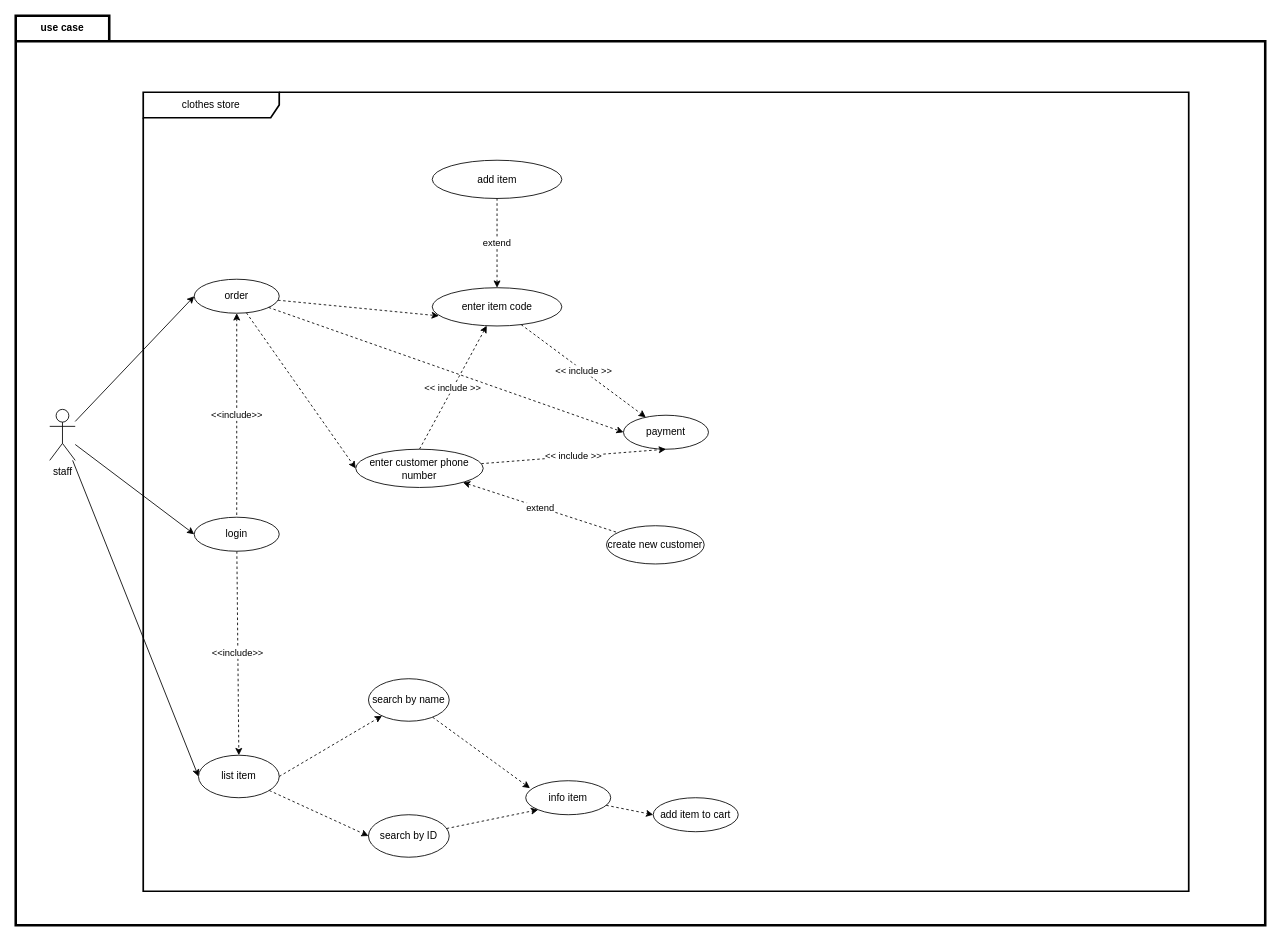
This is page "use case" (2 of 7) of diagram/diagram.drawio from CuDuyToan/S, a draw.io file, before an edit. Source tidied: cells renumbered, new cells numbered last; positions are measured from the earlier drawing's top-left corner, leaving out a move shared by most shapes. Both pictures are drawn from the tidied source at 85%, with x=0, y=0 at pixel (15, 15).
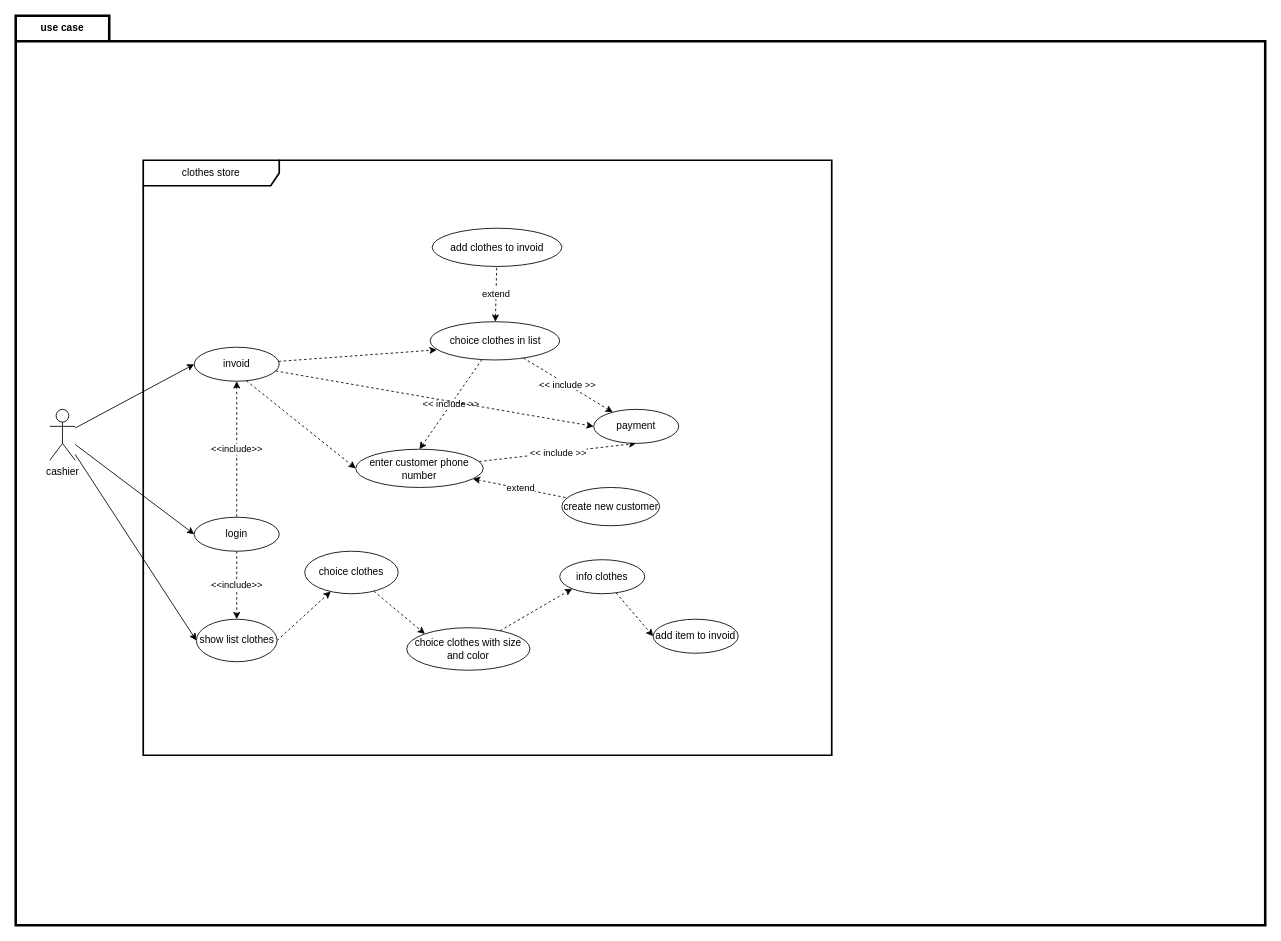
After the change.

Unchanged cells that the change refers to:
```xml
<mxCell id="2" value="use case" style="shape=folder;fontStyle=1;tabWidth=110;tabHeight=30;tabPosition=left;html=1;boundedLbl=1;labelInHeader=1;whiteSpace=wrap;fillColor=default;strokeWidth=3;" parent="1" vertex="1">
  <mxGeometry width="1470" height="1070" as="geometry" />
</mxCell>
<mxCell id="18" value="enter customer phone number" style="ellipse;html=1;whiteSpace=wrap;" parent="2" vertex="1">
  <mxGeometry x="400" y="510" width="150" height="45" as="geometry" />
</mxCell>
<mxCell id="33" value="login" style="ellipse;html=1;whiteSpace=wrap;" parent="2" vertex="1">
  <mxGeometry x="210" y="590" width="100" height="40" as="geometry" />
</mxCell>
```

What changed in the source:
```diff
@@
     <mxCell id="3" value="clothes store" style="shape=umlFrame;whiteSpace=wrap;html=1;width=160;strokeWidth=2;" parent="2" vertex="1">
-      <mxGeometry x="150" y="90" width="1230" height="940" as="geometry" />
+      <mxGeometry x="150" y="170" width="810" height="700" as="geometry" />
     </mxCell>
-    <mxCell id="4" value="search by ID" style="ellipse;html=1;whiteSpace=wrap;" parent="3" vertex="1">
-      <mxGeometry x="265" y="850" width="95" height="50" as="geometry" />
-    </mxCell>
-    <mxCell id="5" value="add item to&amp;nbsp;cart" style="ellipse;html=1;whiteSpace=wrap;" parent="3" vertex="1">
-      <mxGeometry x="600" y="830" width="100" height="40" as="geometry" />
-    </mxCell>
-    <mxCell id="6" value="enter item code" style="ellipse;html=1;whiteSpace=wrap;" parent="3" vertex="1">
-      <mxGeometry x="340" y="230" width="152.5" height="45" as="geometry" />
-    </mxCell>
-    <mxCell id="7" value="order" style="ellipse;html=1;whiteSpace=wrap;" parent="3" vertex="1">
-      <mxGeometry x="60" y="220" width="100" height="40" as="geometry" />
-    </mxCell>
-    <mxCell id="8" style="rounded=0;jettySize=auto;html=1;entryX=0.051;entryY=0.736;entryDx=0;entryDy=0;dashed=1;entryPerimeter=0;" parent="3" edge="1" source="7" target="6">
-      <mxGeometry relative="1" as="geometry" />
-    </mxCell>
-    <mxCell id="9" value="payment" style="ellipse;html=1;whiteSpace=wrap;" parent="3" vertex="1">
-      <mxGeometry x="565" y="380" width="100" height="40" as="geometry" />
-    </mxCell>
-    <mxCell id="10" value="&lt;span style=&quot;color: rgb(0, 0, 0); font-family: Helvetica; font-size: 11px; font-style: normal; font-variant-ligatures: normal; font-variant-caps: normal; font-weight: 400; letter-spacing: normal; orphans: 2; text-align: center; text-indent: 0px; text-transform: none; widows: 2; word-spacing: 0px; -webkit-text-stroke-width: 0px; background-color: rgb(255, 255, 255); text-decoration-thickness: initial; text-decoration-style: initial; text-decoration-color: initial; float: none; display: inline !important;&quot;&gt;&amp;lt;&amp;lt; include &amp;gt;&amp;gt;&lt;/span&gt;" style="rounded=0;jettySize=auto;html=1;dashed=1;" parent="3" edge="1" source="6" target="9">
-      <mxGeometry relative="1" as="geometry" />
-    </mxCell>
-    <mxCell id="11" style="rounded=0;jettySize=auto;html=1;dashed=1;entryX=0;entryY=0.5;entryDx=0;entryDy=0;" parent="3" edge="1" source="7" target="9">
-      <mxGeometry relative="1" as="geometry" />
-    </mxCell>
-    <mxCell id="12" style="rounded=0;jettySize=auto;html=1;entryX=0;entryY=0.5;entryDx=0;entryDy=0;" parent="2" edge="1" source="15" target="7">
-      <mxGeometry relative="1" as="geometry" />
-    </mxCell>
-    <mxCell id="13" style="rounded=0;jettySize=auto;html=1;entryX=0;entryY=0.5;entryDx=0;entryDy=0;" parent="2" edge="1" source="15" target="21">
-      <mxGeometry relative="1" as="geometry" />
-    </mxCell>
-    <mxCell id="14" style="rounded=0;jettySize=auto;html=1;entryX=0;entryY=0.5;entryDx=0;entryDy=0;" parent="2" edge="1" source="15" target="33">
-      <mxGeometry relative="1" as="geometry" />
-    </mxCell>
-    <mxCell id="15" value="staff" style="shape=umlActor;verticalLabelPosition=bottom;verticalAlign=top;html=1;" parent="2" vertex="1">
-      <mxGeometry x="40" y="463.1" width="30" height="60" as="geometry" />
-    </mxCell>
+    <mxCell id="35" value="invoid" style="ellipse;html=1;whiteSpace=wrap;" parent="3" vertex="1">
+      <mxGeometry x="60" y="220" width="100" height="40" as="geometry" />
+    </mxCell>
+    <mxCell id="36" value="info clothes" style="ellipse;html=1;whiteSpace=wrap;" parent="3" vertex="1">
+      <mxGeometry x="490" y="470" width="100" height="40" as="geometry" />
+    </mxCell>
+    <mxCell id="37" style="rounded=0;jettySize=auto;html=1;entryX=0;entryY=0.5;entryDx=0;entryDy=0;" parent="2" edge="1" source="40" target="35">
+      <mxGeometry relative="1" as="geometry" />
+    </mxCell>
+    <mxCell id="38" style="rounded=0;jettySize=auto;html=1;entryX=0;entryY=0.5;entryDx=0;entryDy=0;" parent="2" edge="1" source="40" target="49">
+      <mxGeometry relative="1" as="geometry" />
+    </mxCell>
+    <mxCell id="39" style="rounded=0;jettySize=auto;html=1;entryX=0;entryY=0.5;entryDx=0;entryDy=0;" parent="2" edge="1" source="40" target="33">
+      <mxGeometry relative="1" as="geometry" />
+    </mxCell>
+    <mxCell id="40" value="cashier" style="shape=umlActor;verticalLabelPosition=bottom;verticalAlign=top;html=1;" parent="2" vertex="1">
+      <mxGeometry x="40" y="463.1" width="30" height="60" as="geometry" />
+    </mxCell>
@@
-    <mxCell id="19" style="rounded=0;jettySize=auto;html=1;entryX=0;entryY=0.5;entryDx=0;entryDy=0;dashed=1;exitX=0.614;exitY=0.988;exitDx=0;exitDy=0;exitPerimeter=0;" parent="2" edge="1" source="7" target="18">
-      <mxGeometry relative="1" as="geometry" />
-    </mxCell>
-    <mxCell id="20" style="rounded=0;jettySize=auto;html=1;entryX=0;entryY=0.5;entryDx=0;entryDy=0;dashed=1;" parent="2" edge="1" source="21" target="4">
-      <mxGeometry relative="1" as="geometry" />
-    </mxCell>
-    <mxCell id="21" value="list item" style="ellipse;html=1;whiteSpace=wrap;" parent="2" vertex="1">
-      <mxGeometry x="215" y="870" width="95" height="50" as="geometry" />
-    </mxCell>
-    <mxCell id="22" style="rounded=0;jettySize=auto;html=1;dashed=1;exitX=1;exitY=0.5;exitDx=0;exitDy=0;" parent="2" edge="1" source="21" target="27">
-      <mxGeometry relative="1" as="geometry" />
-    </mxCell>
-    <mxCell id="23" value="add item" style="ellipse;html=1;whiteSpace=wrap;" parent="2" vertex="1">
-      <mxGeometry x="490" y="170" width="152.5" height="45" as="geometry" />
-    </mxCell>
-    <mxCell id="24" value="extend" style="rounded=0;jettySize=auto;html=1;dashed=1;endArrow=none;endFill=0;startArrow=classic;startFill=1;" parent="2" edge="1" source="6" target="23">
-      <mxGeometry relative="1" as="geometry" />
-    </mxCell>
+    <mxCell id="41" style="rounded=0;jettySize=auto;html=1;entryX=0;entryY=0.5;entryDx=0;entryDy=0;dashed=1;exitX=0.614;exitY=0.988;exitDx=0;exitDy=0;exitPerimeter=0;" parent="2" edge="1" source="35" target="18">
+      <mxGeometry relative="1" as="geometry" />
+    </mxCell>
+    <mxCell id="42" style="rounded=0;jettySize=auto;html=1;dashed=1;exitX=1;exitY=0.5;exitDx=0;exitDy=0;" parent="2" edge="1" source="49" target="46">
+      <mxGeometry relative="1" as="geometry" />
+    </mxCell>
+    <mxCell id="43" value="add clothes to invoid" style="ellipse;html=1;whiteSpace=wrap;" parent="2" vertex="1">
+      <mxGeometry x="490" y="250" width="152.5" height="45" as="geometry" />
+    </mxCell>
+    <mxCell id="44" value="extend" style="rounded=0;jettySize=auto;html=1;dashed=1;endArrow=none;endFill=0;startArrow=classic;startFill=1;" parent="2" edge="1" source="51" target="43">
+      <mxGeometry relative="1" as="geometry" />
+    </mxCell>
-    <mxCell id="25" value="&amp;lt;&amp;lt; include &amp;gt;&amp;gt;" style="rounded=0;jettySize=auto;html=1;entryX=0.5;entryY=0;entryDx=0;entryDy=0;startArrow=classic;startFill=1;endArrow=none;endFill=0;dashed=1;" parent="2" edge="1" source="6" target="18">
+    <mxCell id="25" value="&amp;lt;&amp;lt; include &amp;gt;&amp;gt;" style="rounded=0;jettySize=auto;html=1;entryX=0.5;entryY=0;entryDx=0;entryDy=0;startArrow=none;startFill=0;endArrow=classic;endFill=1;dashed=1;" parent="2" edge="1" source="51" target="18">
       <mxGeometry relative="1" as="geometry" />
     </mxCell>
-    <mxCell id="26" style="rounded=0;jettySize=auto;html=1;entryX=0.05;entryY=0.219;entryDx=0;entryDy=0;dashed=1;entryPerimeter=0;" parent="2" edge="1" source="27" target="28">
-      <mxGeometry relative="1" as="geometry" />
-    </mxCell>
-    <mxCell id="27" value="search by name" style="ellipse;html=1;whiteSpace=wrap;" parent="2" vertex="1">
-      <mxGeometry x="415" y="780" width="95" height="50" as="geometry" />
-    </mxCell>
-    <mxCell id="28" value="info item" style="ellipse;html=1;whiteSpace=wrap;" parent="2" vertex="1">
-      <mxGeometry x="600" y="900" width="100" height="40" as="geometry" />
-    </mxCell>
-    <mxCell id="29" style="rounded=0;jettySize=auto;html=1;entryX=0;entryY=0.5;entryDx=0;entryDy=0;dashed=1;" parent="2" edge="1" source="28" target="5">
-      <mxGeometry relative="1" as="geometry" />
-    </mxCell>
-    <mxCell id="30" style="rounded=0;jettySize=auto;html=1;entryX=0;entryY=1;entryDx=0;entryDy=0;dashed=1;" parent="2" edge="1" source="4" target="28">
-      <mxGeometry relative="1" as="geometry" />
-    </mxCell>
+    <mxCell id="45" style="rounded=0;jettySize=auto;html=1;entryX=0;entryY=0;entryDx=0;entryDy=0;dashed=1;" parent="2" edge="1" source="46" target="53">
+      <mxGeometry relative="1" as="geometry" />
+    </mxCell>
+    <mxCell id="46" value="choice clothes" style="ellipse;html=1;whiteSpace=wrap;" parent="2" vertex="1">
+      <mxGeometry x="340" y="630" width="110" height="50" as="geometry" />
+    </mxCell>
+    <mxCell id="47" style="rounded=0;jettySize=auto;html=1;entryX=0;entryY=0.5;entryDx=0;entryDy=0;dashed=1;" parent="2" edge="1" source="36" target="48">
+      <mxGeometry relative="1" as="geometry" />
+    </mxCell>
     <mxCell id="31" value="create new customer" style="ellipse;html=1;whiteSpace=wrap;" parent="2" vertex="1">
-      <mxGeometry x="695" y="600" width="115" height="45" as="geometry" />
+      <mxGeometry x="642.5" y="555" width="115" height="45" as="geometry" />
     </mxCell>
-    <mxCell id="32" value="&amp;lt;&amp;lt;include&amp;gt;&amp;gt;" style="rounded=0;jettySize=auto;html=1;entryX=0.5;entryY=0;entryDx=0;entryDy=0;dashed=1;" parent="2" edge="1" source="33" target="21">
+    <mxCell id="32" value="&amp;lt;&amp;lt;include&amp;gt;&amp;gt;" style="rounded=0;jettySize=auto;html=1;entryX=0.5;entryY=0;entryDx=0;entryDy=0;dashed=1;" parent="2" edge="1" source="33" target="49">
       <mxGeometry relative="1" as="geometry" />
     </mxCell>
@@
-    <mxCell id="34" value="&amp;lt;&amp;lt;include&amp;gt;&amp;gt;" style="rounded=0;jettySize=auto;html=1;entryX=0.5;entryY=0;entryDx=0;entryDy=0;dashed=1;endArrow=none;endFill=0;startArrow=classic;startFill=1;" parent="2" edge="1" source="7" target="33">
+    <mxCell id="34" value="&amp;lt;&amp;lt;include&amp;gt;&amp;gt;" style="rounded=0;jettySize=auto;html=1;entryX=0.5;entryY=0;entryDx=0;entryDy=0;dashed=1;endArrow=none;endFill=0;startArrow=classic;startFill=1;" parent="2" edge="1" source="35" target="33">
       <mxGeometry relative="1" as="geometry" />
     </mxCell>
+    <mxCell id="48" value="add item to invoid" style="ellipse;html=1;whiteSpace=wrap;" parent="2" vertex="1">
+      <mxGeometry x="750" y="710" width="100" height="40" as="geometry" />
+    </mxCell>
+    <mxCell id="49" value="show list clothes" style="ellipse;html=1;whiteSpace=wrap;" parent="2" vertex="1">
+      <mxGeometry x="212.5" y="710" width="95" height="50" as="geometry" />
+    </mxCell>
+    <mxCell id="9" value="payment" style="ellipse;html=1;whiteSpace=wrap;" parent="2" vertex="1">
+      <mxGeometry x="680" y="463.1" width="100" height="40" as="geometry" />
+    </mxCell>
+    <mxCell id="10" value="&lt;span style=&quot;color: rgb(0, 0, 0); font-family: Helvetica; font-size: 11px; font-style: normal; font-variant-ligatures: normal; font-variant-caps: normal; font-weight: 400; letter-spacing: normal; orphans: 2; text-align: center; text-indent: 0px; text-transform: none; widows: 2; word-spacing: 0px; -webkit-text-stroke-width: 0px; background-color: rgb(255, 255, 255); text-decoration-thickness: initial; text-decoration-style: initial; text-decoration-color: initial; float: none; display: inline !important;&quot;&gt;&amp;lt;&amp;lt; include &amp;gt;&amp;gt;&lt;/span&gt;" style="rounded=0;jettySize=auto;html=1;dashed=1;" parent="2" edge="1" source="51" target="9">
+      <mxGeometry relative="1" as="geometry" />
+    </mxCell>
+    <mxCell id="50" style="rounded=0;jettySize=auto;html=1;dashed=1;entryX=0;entryY=0.5;entryDx=0;entryDy=0;" parent="2" edge="1" source="35" target="9">
+      <mxGeometry relative="1" as="geometry" />
+    </mxCell>
+    <mxCell id="51" value="choice clothes&amp;nbsp;in list" style="ellipse;html=1;whiteSpace=wrap;" parent="2" vertex="1">
+      <mxGeometry x="487.5" y="360" width="152.5" height="45" as="geometry" />
+    </mxCell>
+    <mxCell id="52" style="rounded=0;jettySize=auto;html=1;entryX=0.051;entryY=0.736;entryDx=0;entryDy=0;dashed=1;entryPerimeter=0;" parent="2" edge="1" source="35" target="51">
+      <mxGeometry relative="1" as="geometry" />
+    </mxCell>
+    <mxCell id="53" value="choice clothes with size and color" style="ellipse;html=1;whiteSpace=wrap;" parent="2" vertex="1">
+      <mxGeometry x="460" y="720" width="145" height="50" as="geometry" />
+    </mxCell>
+    <mxCell id="54" style="rounded=0;jettySize=auto;html=1;entryX=0;entryY=1;entryDx=0;entryDy=0;dashed=1;" parent="2" edge="1" source="53" target="36">
+      <mxGeometry relative="1" as="geometry" />
+    </mxCell>
```
